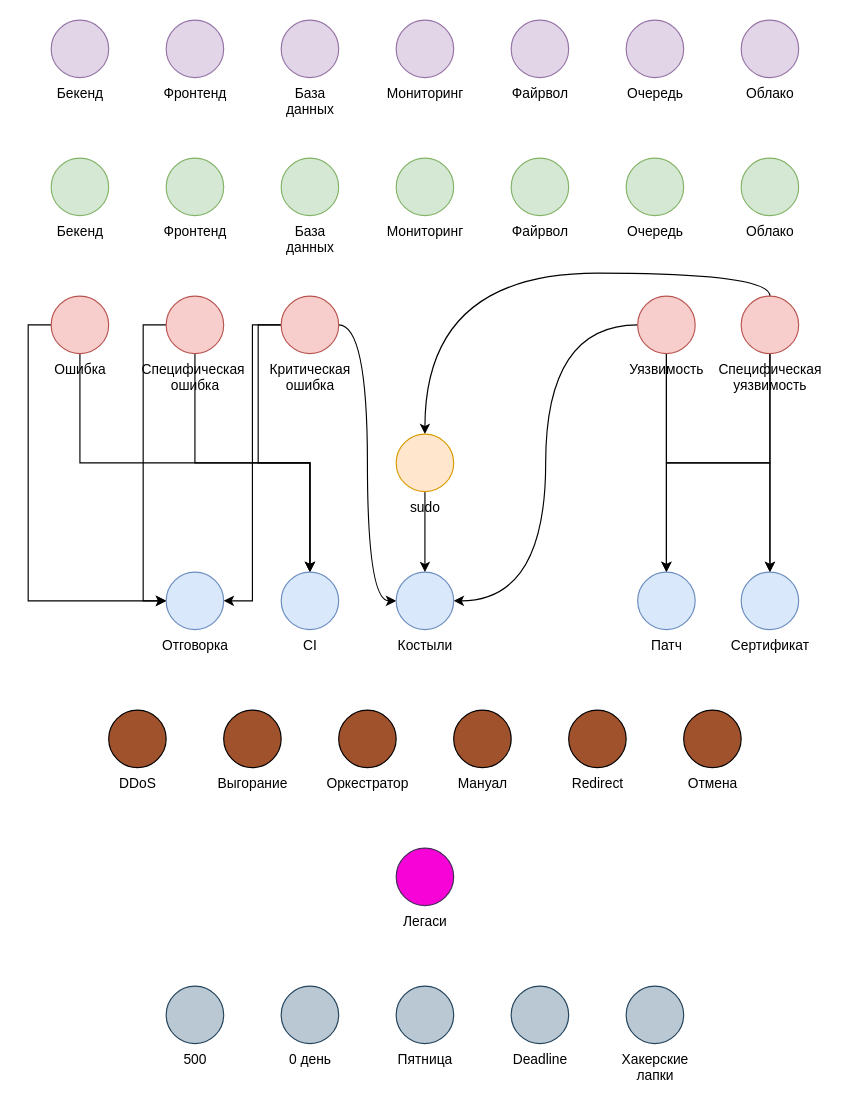
Earlier version of the draw.io diagram ru/schema-sources/cards.drawio (sobolevn/ship-it-boardgame). Source tidied: cells renumbered, new cells numbered last; positions are measured from the earlier drawing's top-left corner, leaving out a move shared by most shapes. Both pictures are drawn from the tidied source at 115%, with x=0, y=0 at pixel (51, 20).
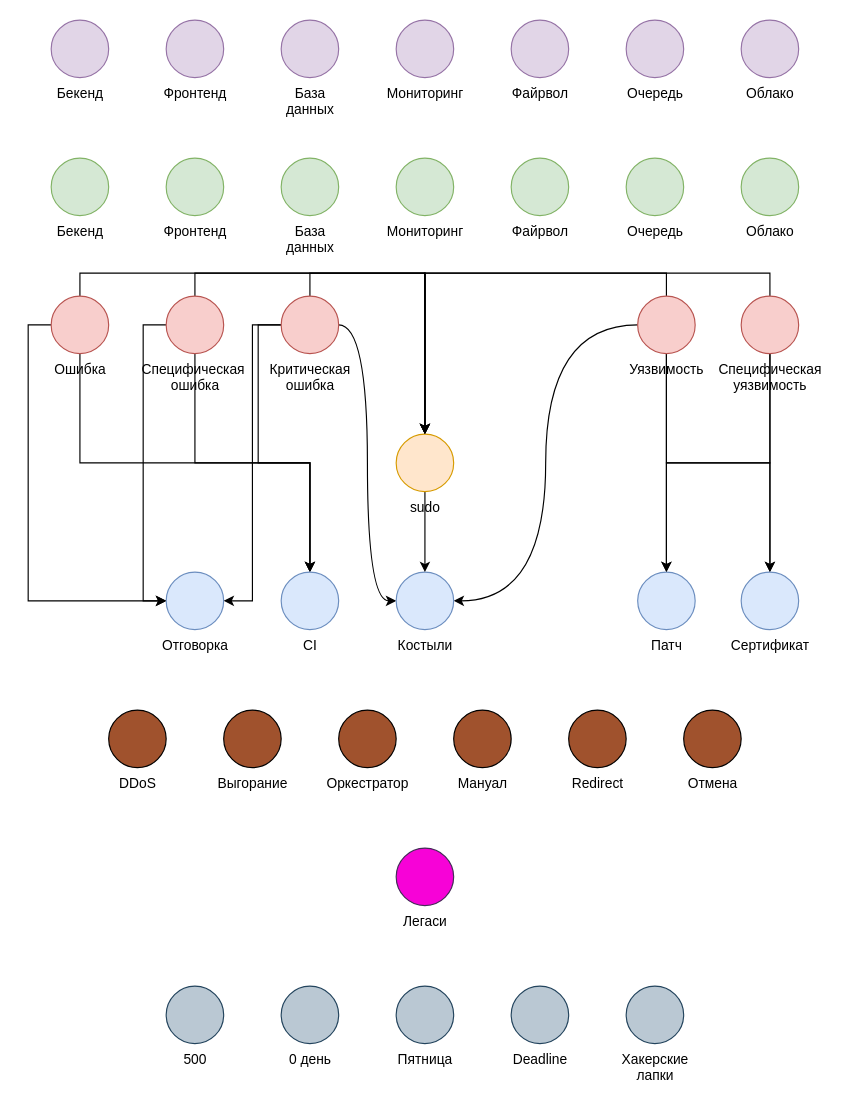
The same page after the edit.

Unchanged cells that the change refers to:
```xml
<mxCell id="4" value="Ошибка" style="shape=mxgraph.bpmn.shape;html=1;verticalLabelPosition=bottom;labelBackgroundColor=none;verticalAlign=top;perimeter=ellipsePerimeter;outline=standard;symbol=general;fillColor=#f8cecc;strokeColor=#b85450;" parent="1" vertex="1">
  <mxGeometry y="240" width="50" height="50" as="geometry" />
</mxCell>
<mxCell id="10" value="Специфическая &lt;br&gt;уязвимость" style="shape=mxgraph.bpmn.shape;html=1;verticalLabelPosition=bottom;labelBackgroundColor=none;verticalAlign=top;perimeter=ellipsePerimeter;outline=standard;symbol=general;fillColor=#f8cecc;strokeColor=#b85450;" parent="1" vertex="1">
  <mxGeometry x="600" y="240" width="50" height="50" as="geometry" />
</mxCell>
<mxCell id="30" value="sudo" style="shape=mxgraph.bpmn.shape;html=1;verticalLabelPosition=bottom;labelBackgroundColor=none;verticalAlign=top;perimeter=ellipsePerimeter;outline=standard;symbol=general;fillColor=#ffe6cc;strokeColor=#d79b00;" parent="1" vertex="1">
  <mxGeometry x="300" y="360" width="50" height="50" as="geometry" />
</mxCell>
<mxCell id="45" value="Уязвимость" style="shape=mxgraph.bpmn.shape;html=1;verticalLabelPosition=bottom;labelBackgroundColor=none;verticalAlign=top;perimeter=ellipsePerimeter;outline=standard;symbol=general;fillColor=#f8cecc;strokeColor=#b85450;" parent="1" vertex="1">
  <mxGeometry x="510" y="240" width="50" height="50" as="geometry" />
</mxCell>
<mxCell id="48" value="&lt;div&gt;Специфическая&amp;nbsp;&lt;/div&gt;&lt;div&gt;ошибка&lt;/div&gt;" style="shape=mxgraph.bpmn.shape;html=1;verticalLabelPosition=bottom;labelBackgroundColor=none;verticalAlign=top;perimeter=ellipsePerimeter;outline=standard;symbol=general;fillColor=#f8cecc;strokeColor=#b85450;" parent="1" vertex="1">
  <mxGeometry x="100" y="240" width="50" height="50" as="geometry" />
</mxCell>
<mxCell id="51" value="Критическая &lt;br&gt;ошибка" style="shape=mxgraph.bpmn.shape;html=1;verticalLabelPosition=bottom;labelBackgroundColor=none;verticalAlign=top;perimeter=ellipsePerimeter;outline=standard;symbol=general;fillColor=#f8cecc;strokeColor=#b85450;" parent="1" vertex="1">
  <mxGeometry x="200" y="240" width="50" height="50" as="geometry" />
</mxCell>
```

Diff of the diagram source:
```diff
@@
+    <mxCell id="53" style="edgeStyle=orthogonalEdgeStyle;rounded=0;jettySize=auto;html=1;exitX=0.5;exitY=0;exitDx=0;exitDy=0;entryX=0.5;entryY=0;entryDx=0;entryDy=0;" parent="1" edge="1" source="4" target="30">
+      <mxGeometry relative="1" as="geometry" />
+    </mxCell>
@@
-    <mxCell id="9" style="edgeStyle=orthogonalEdgeStyle;rounded=0;jettySize=auto;html=1;exitX=0.5;exitY=0;exitDx=0;exitDy=0;entryX=0.5;entryY=0;entryDx=0;entryDy=0;curved=1;" parent="1" edge="1" source="10" target="30">
+    <mxCell id="9" style="edgeStyle=orthogonalEdgeStyle;rounded=0;jettySize=auto;html=1;exitX=0.5;exitY=0;exitDx=0;exitDy=0;entryX=0.5;entryY=0;entryDx=0;entryDy=0;" parent="1" edge="1" source="10" target="30">
       <mxGeometry relative="1" as="geometry" />
     </mxCell>
@@
+    <mxCell id="54" style="edgeStyle=orthogonalEdgeStyle;rounded=0;jettySize=auto;html=1;exitX=0.5;exitY=0;exitDx=0;exitDy=0;entryX=0.5;entryY=0;entryDx=0;entryDy=0;" parent="1" edge="1" source="45" target="30">
+      <mxGeometry relative="1" as="geometry" />
+    </mxCell>
@@
+    <mxCell id="55" style="edgeStyle=orthogonalEdgeStyle;rounded=0;jettySize=auto;html=1;exitX=0.5;exitY=0;exitDx=0;exitDy=0;entryX=0.5;entryY=0;entryDx=0;entryDy=0;" parent="1" edge="1" source="48" target="30">
+      <mxGeometry relative="1" as="geometry" />
+    </mxCell>
@@
+    <mxCell id="56" style="edgeStyle=orthogonalEdgeStyle;rounded=0;jettySize=auto;html=1;exitX=0.5;exitY=0;exitDx=0;exitDy=0;entryX=0.5;entryY=0;entryDx=0;entryDy=0;" parent="1" edge="1" source="51" target="30">
+      <mxGeometry relative="1" as="geometry" />
+    </mxCell>
```
